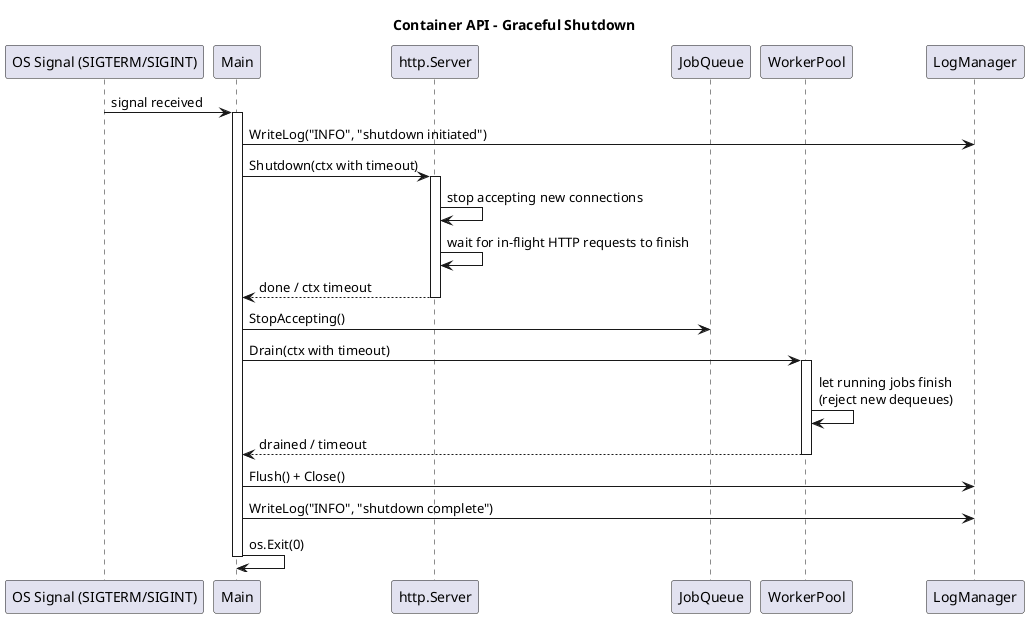
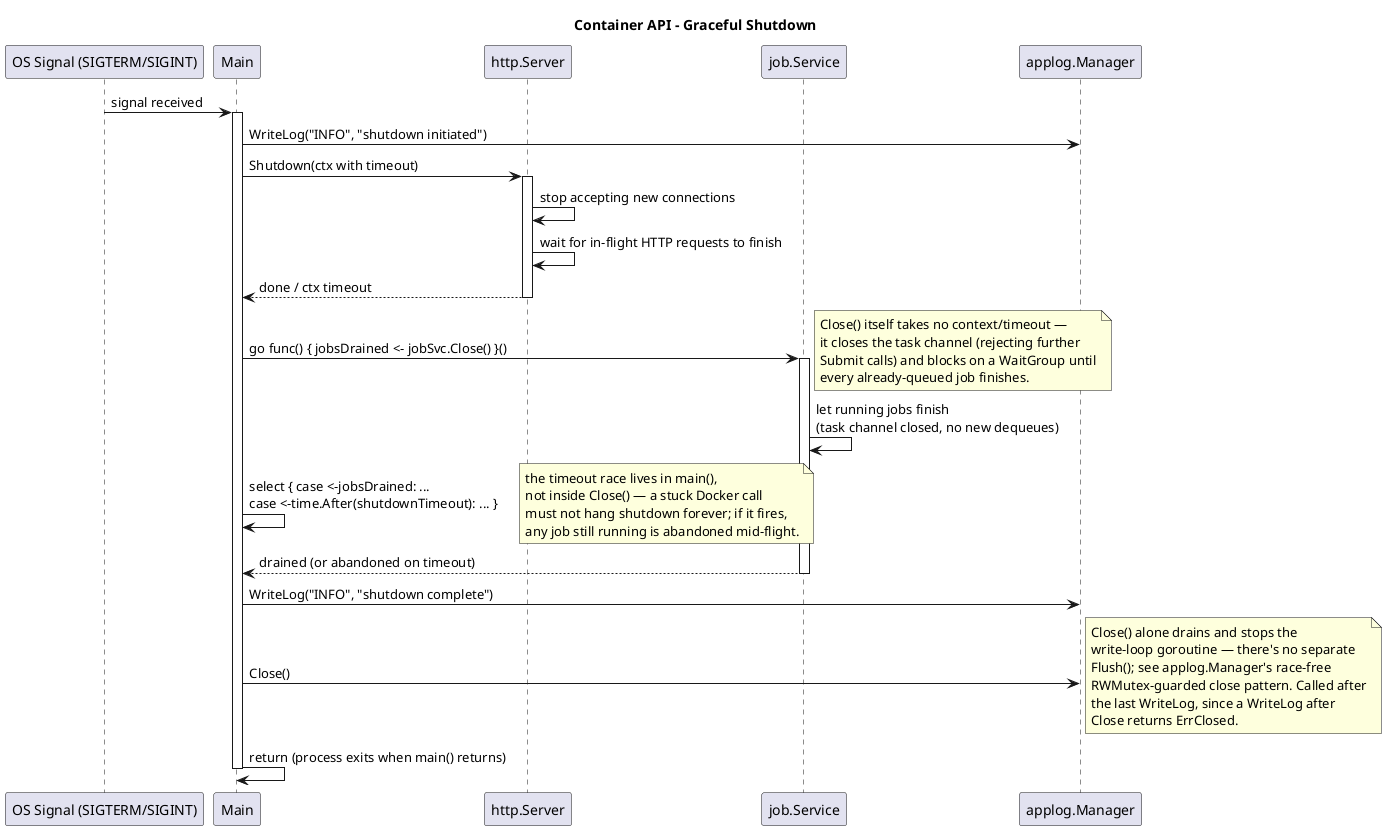
@startuml
title Container API - Graceful Shutdown

participant "OS Signal (SIGTERM/SIGINT)" as Signal
participant Main
participant "http.Server" as HTTPServer
- participant JobQueue
- participant WorkerPool
- participant LogManager
+ participant "job.Service" as WorkerPool
+ participant "applog.Manager" as LogManager

Signal -> Main: signal received
activate Main
Main -> LogManager: WriteLog("INFO", "shutdown initiated")
Main -> HTTPServer: Shutdown(ctx with timeout)
activate HTTPServer
HTTPServer -> HTTPServer: stop accepting new connections
HTTPServer -> HTTPServer: wait for in-flight HTTP requests to finish
HTTPServer --> Main: done / ctx timeout
deactivate HTTPServer

- Main -> JobQueue: StopAccepting()
- Main -> WorkerPool: Drain(ctx with timeout)
+ Main -> WorkerPool: go func() { jobsDrained <- jobSvc.Close() }()
+ note right: Close() itself takes no context/timeout —\nit closes the task channel (rejecting further\nSubmit calls) and blocks on a WaitGroup until\nevery already-queued job finishes.
activate WorkerPool
- WorkerPool -> WorkerPool: let running jobs finish\n(reject new dequeues)
- WorkerPool --> Main: drained / timeout
+ WorkerPool -> WorkerPool: let running jobs finish\n(task channel closed, no new dequeues)
+ Main -> Main: select { case <-jobsDrained: ... \ncase <-time.After(shutdownTimeout): ... }
+ note right: the timeout race lives in main(),\nnot inside Close() — a stuck Docker call\nmust not hang shutdown forever; if it fires,\nany job still running is abandoned mid-flight.
+ WorkerPool --> Main: drained (or abandoned on timeout)
deactivate WorkerPool

- Main -> LogManager: Flush() + Close()
Main -> LogManager: WriteLog("INFO", "shutdown complete")
- Main -> Main: os.Exit(0)
+ Main -> LogManager: Close()
+ note right: Close() alone drains and stops the\nwrite-loop goroutine — there's no separate\nFlush(); see applog.Manager's race-free\nRWMutex-guarded close pattern. Called after\nthe last WriteLog, since a WriteLog after\nClose returns ErrClosed.
+ Main -> Main: return (process exits when main() returns)
deactivate Main

@enduml
